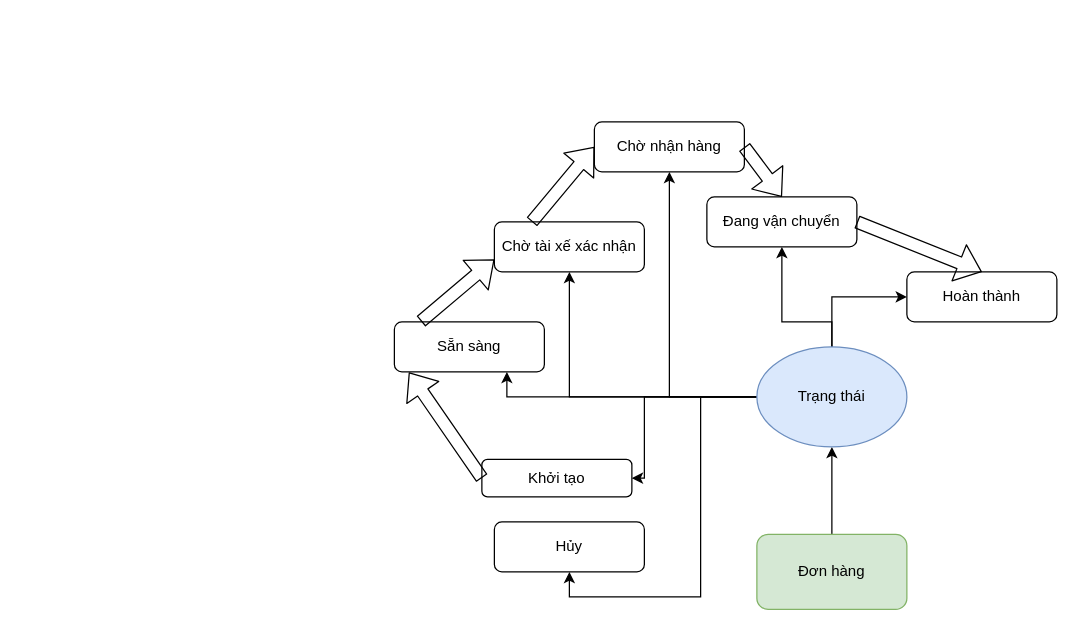
The draw.io diagram page "Page-2" (2 of 2) of Untitled Diagram.drawio in VanAnhTo/Blog, before the edit. Source tidied: cells renumbered, new cells numbered last; positions are measured from the earlier drawing's top-left corner, leaving out a move shared by most shapes. Both pictures are drawn from the tidied source at 125%, with x=0, y=0 at pixel (394, 121).
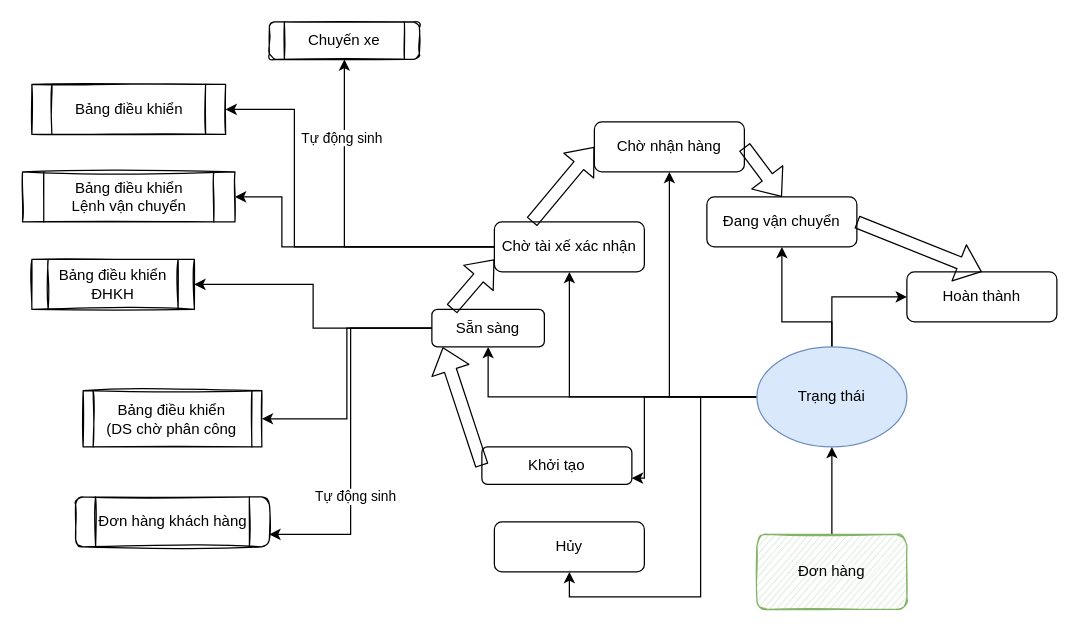
After the change.

Unchanged cells that the change refers to:
```xml
<mxCell id="11" value="Trạng thái" style="ellipse;whiteSpace=wrap;html=1;rounded=1;fillColor=#dae8fc;strokeColor=#6c8ebf;" parent="1" vertex="1">
  <mxGeometry x="290" y="180" width="120" height="80" as="geometry" />
</mxCell>
<mxCell id="14" value="Chờ tài xế xác nhận" style="whiteSpace=wrap;html=1;rounded=1;" parent="1" vertex="1">
  <mxGeometry x="80" y="80" width="120" height="40" as="geometry" />
</mxCell>
```

Diff of the diagram source:
```diff
@@
-    <mxCell id="3" value="Đơn hàng" style="rounded=1;whiteSpace=wrap;html=1;fillColor=#d5e8d4;strokeColor=#82b366;" parent="1" vertex="1">
+    <mxCell id="3" value="Đơn hàng" style="rounded=1;whiteSpace=wrap;html=1;fillColor=#d5e8d4;strokeColor=#82b366;shadow=0;glass=0;sketch=1;" parent="1" vertex="1">
       <mxGeometry x="290" y="330" width="120" height="60" as="geometry" />
     </mxCell>
@@
-    <mxCell id="5" style="edgeStyle=orthogonalEdgeStyle;rounded=0;jettySize=auto;html=1;entryX=0.75;entryY=1;entryDx=0;entryDy=0;" parent="1" edge="1" source="11" target="13">
+    <mxCell id="5" style="edgeStyle=orthogonalEdgeStyle;rounded=0;jettySize=auto;html=1;entryX=0.5;entryY=1;entryDx=0;entryDy=0;" parent="1" edge="1" source="11" target="13">
       <mxGeometry relative="1" as="geometry">
         <Array as="points">
-          <mxPoint x="90" y="220" />
+          <mxPoint x="75" y="220" />
         </Array>
       </mxGeometry>
     </mxCell>
@@
     <mxCell id="12" value="Khởi tạo" style="whiteSpace=wrap;html=1;rounded=1;" parent="1" vertex="1">
-      <mxGeometry x="70" y="270" width="120" height="30" as="geometry" />
+      <mxGeometry x="70" y="260" width="120" height="30" as="geometry" />
     </mxCell>
+    <mxCell id="24" style="edgeStyle=orthogonalEdgeStyle;rounded=0;jettySize=auto;html=1;entryX=1;entryY=0.75;entryDx=0;entryDy=0;" parent="1" edge="1" source="13" target="33">
+      <mxGeometry relative="1" as="geometry" />
+    </mxCell>
+    <mxCell id="25" value="Tự động sinh" style="edgeLabel;html=1;align=center;verticalAlign=middle;" parent="24" vertex="1">
+      <mxGeometry x="-0.26" y="3" relative="1" as="geometry">
+        <mxPoint y="90" as="offset" />
+      </mxGeometry>
+    </mxCell>
+    <mxCell id="26" style="edgeStyle=orthogonalEdgeStyle;rounded=0;jettySize=auto;html=1;entryX=1;entryY=0.5;entryDx=0;entryDy=0;" parent="1" edge="1" source="13" target="34">
+      <mxGeometry relative="1" as="geometry" />
+    </mxCell>
+    <mxCell id="27" style="edgeStyle=orthogonalEdgeStyle;rounded=0;jettySize=auto;html=1;entryX=1;entryY=0.5;entryDx=0;entryDy=0;" parent="1" edge="1" source="13" target="37">
+      <mxGeometry relative="1" as="geometry" />
+    </mxCell>
     <mxCell id="13" value="Sẵn sàng" style="whiteSpace=wrap;html=1;rounded=1;" parent="1" vertex="1">
-      <mxGeometry y="160" width="120" height="40" as="geometry" />
+      <mxGeometry x="30" y="150" width="90" height="30" as="geometry" />
     </mxCell>
+    <mxCell id="28" style="edgeStyle=orthogonalEdgeStyle;rounded=0;jettySize=auto;html=1;" parent="1" edge="1" source="14" target="32">
+      <mxGeometry relative="1" as="geometry" />
+    </mxCell>
+    <mxCell id="29" value="Tự động sinh" style="edgeLabel;html=1;align=center;verticalAlign=middle;" parent="28" vertex="1">
+      <mxGeometry x="0.54" y="3" relative="1" as="geometry" />
+    </mxCell>
+    <mxCell id="30" style="edgeStyle=orthogonalEdgeStyle;rounded=0;jettySize=auto;html=1;entryX=1;entryY=0.5;entryDx=0;entryDy=0;" parent="1" edge="1" source="14" target="35">
+      <mxGeometry relative="1" as="geometry">
+        <Array as="points">
+          <mxPoint x="-80" y="100" />
+          <mxPoint x="-80" y="-10" />
+        </Array>
+      </mxGeometry>
+    </mxCell>
+    <mxCell id="31" style="edgeStyle=orthogonalEdgeStyle;rounded=0;jettySize=auto;html=1;entryX=1;entryY=0.5;entryDx=0;entryDy=0;" parent="1" edge="1" source="14" target="36">
+      <mxGeometry relative="1" as="geometry">
+        <Array as="points">
+          <mxPoint x="-90" y="100" />
+          <mxPoint x="-90" y="60" />
+        </Array>
+      </mxGeometry>
+    </mxCell>
@@
+    <mxCell id="32" value="Chuyến xe" style="shape=process;whiteSpace=wrap;html=1;backgroundOutline=1;rounded=1;sketch=1;" parent="1" vertex="1">
+      <mxGeometry x="-100" y="-80" width="120" height="30" as="geometry" />
+    </mxCell>
+    <mxCell id="33" value="Đơn hàng khách hàng" style="shape=process;whiteSpace=wrap;html=1;backgroundOutline=1;rounded=1;sketch=1;" parent="1" vertex="1">
+      <mxGeometry x="-255" y="300" width="155" height="40" as="geometry" />
+    </mxCell>
+    <mxCell id="34" value="Bảng điều khiển&lt;br&gt;(DS chờ phân công" style="shape=process;whiteSpace=wrap;html=1;backgroundOutline=1;shadow=0;glass=0;sketch=1;size=0.058333333333333334;" parent="1" vertex="1">
+      <mxGeometry x="-249" y="215" width="143" height="45" as="geometry" />
+    </mxCell>
+    <mxCell id="35" value="Bảng điều khiển" style="shape=process;whiteSpace=wrap;html=1;backgroundOutline=1;shadow=0;glass=0;sketch=1;" parent="1" vertex="1">
+      <mxGeometry x="-290" y="-30" width="155" height="40" as="geometry" />
+    </mxCell>
+    <mxCell id="36" value="Bảng điều khiển&lt;br&gt;Lệnh vận chuyển" style="shape=process;whiteSpace=wrap;html=1;backgroundOutline=1;shadow=0;glass=0;sketch=1;" parent="1" vertex="1">
+      <mxGeometry x="-297.5" y="40" width="170" height="40" as="geometry" />
+    </mxCell>
+    <mxCell id="37" value="Bảng điều khiển&lt;br&gt;ĐHKH" style="shape=process;whiteSpace=wrap;html=1;backgroundOutline=1;shadow=0;glass=0;sketch=1;" parent="1" vertex="1">
+      <mxGeometry x="-290" y="110" width="130" height="40" as="geometry" />
+    </mxCell>
```
